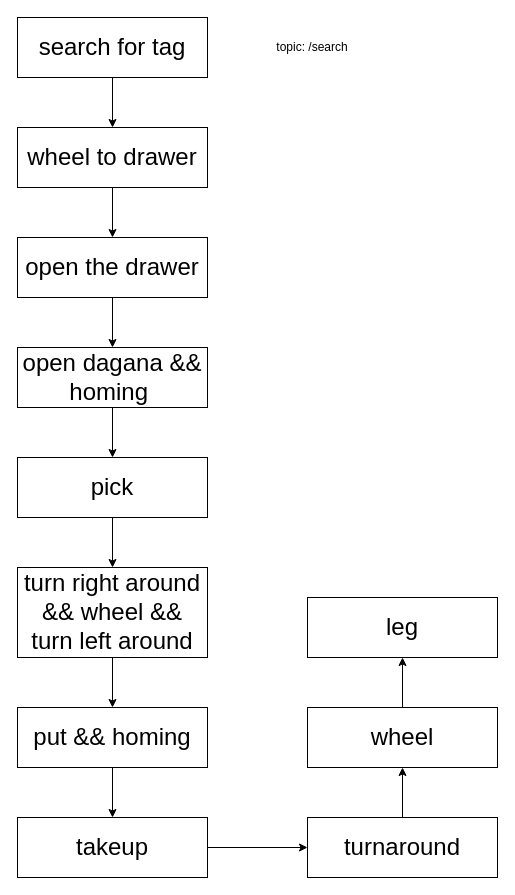
The draw.io diagram document/work_flow.drawio in muzi2018/centauro_long_task, before the edit. Source tidied: cells renumbered, new cells numbered last; positions are measured from the earlier drawing's top-left corner, leaving out a move shared by most shapes. Both pictures are drawn from the tidied source at 100%, with x=0, y=0 at pixel (17, 17).
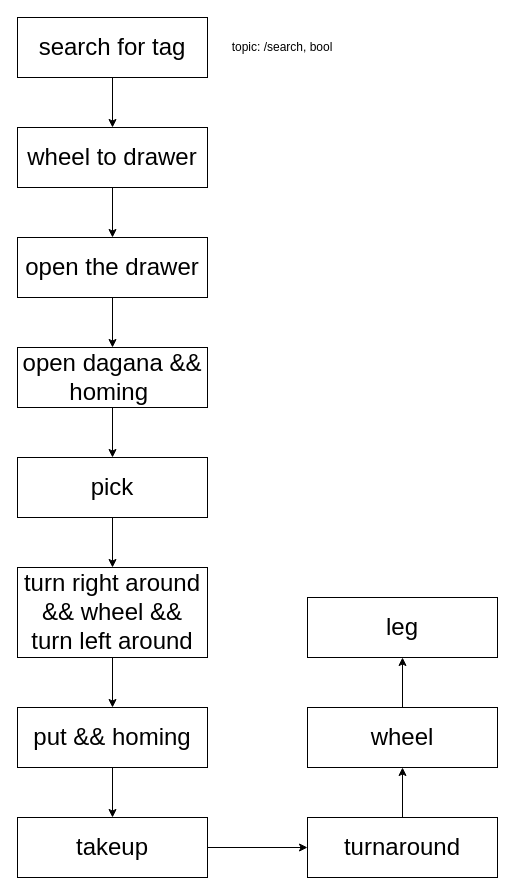
After the change.

Diff of the diagram source:
```diff
@@
-    <mxCell id="23" value="topic: /search" style="text;html=1;strokeColor=none;fillColor=none;align=center;verticalAlign=middle;whiteSpace=wrap;rounded=0;" parent="1" vertex="1">
-      <mxGeometry x="230" y="15" width="130" height="30" as="geometry" />
+    <mxCell id="23" value="topic: /search, bool" style="text;html=1;strokeColor=none;fillColor=none;align=center;verticalAlign=middle;whiteSpace=wrap;rounded=0;" parent="1" vertex="1">
+      <mxGeometry x="200" y="15" width="130" height="30" as="geometry" />
     </mxCell>
```
